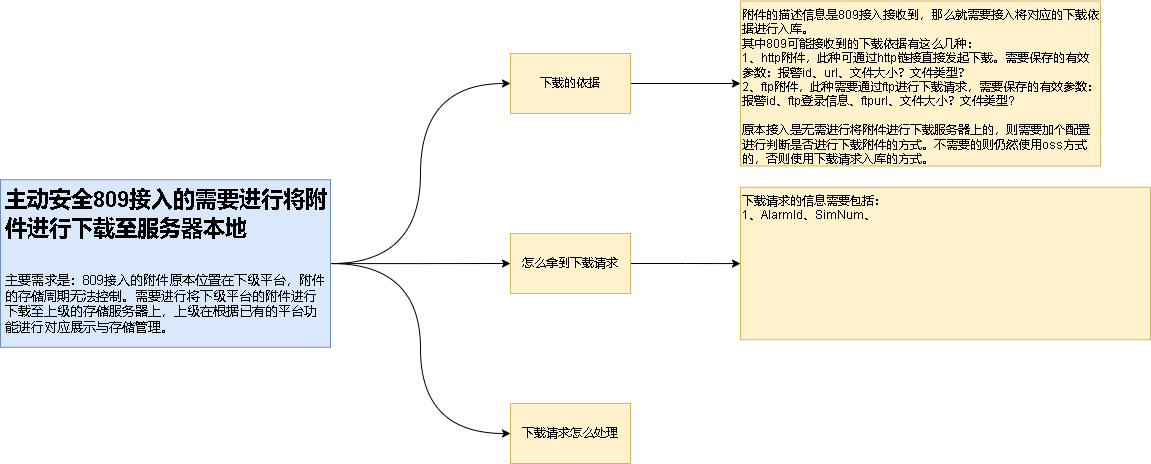
Above: 主动安全ftphttp下载.drawio.png in xktder/draw (draw.io), before the change. Source tidied: cells renumbered, new cells last; positions are measured from the earlier drawing's top-left corner, leaving out a move shared by most shapes.
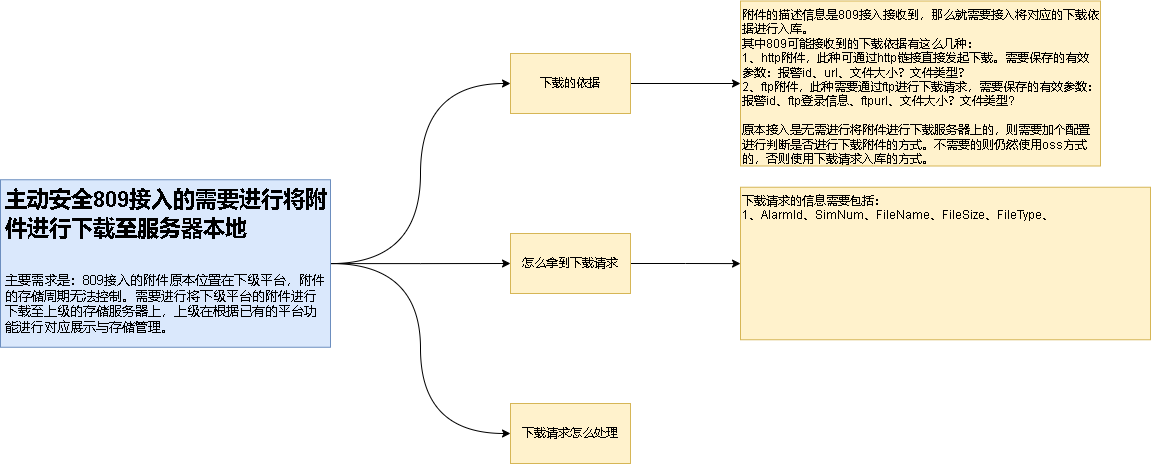
After the change.

Commit message:
更新主动安全ftphttp下载.drawio.png

Change to the diagram source:
```diff
@@ -32,7 +32,7 @@
     <mxCell id="11" value="附件的描述信息是809接入接收到，那么就需要接入将对应的下载依据进行入库。&lt;br&gt;其中809可能接收到的下载依据有这么几种：&lt;br&gt;1、http附件，此种可通过http链接直接发起下载。需要保存的有效参数：报警id、url、文件大小？文件类型？&lt;br&gt;2、ftp附件，此种需要通过ftp进行下载请求，需要保存的有效参数：报警id、ftp登录信息、ftpurl、文件大小？文件类型?&lt;br&gt;&lt;br&gt;原本接入是无需进行将附件进行下载服务器上的，则需要加个配置进行判断是否进行下载附件的方式。不需要的则仍然使用oss方式的，否则使用下载请求入库的方式。" style="rounded=0;whiteSpace=wrap;html=1;align=left;verticalAlign=top;fillColor=#fff2cc;strokeColor=#d6b656;" parent="1" vertex="1">
       <mxGeometry x="740" y="-0.5" width="360" height="165" as="geometry" />
     </mxCell>
-    <mxCell id="12" value="下载请求的信息需要包括：&lt;br&gt;1、AlarmId、SimNum、" style="whiteSpace=wrap;html=1;rounded=0;fillColor=#fff2cc;strokeColor=#d6b656;align=left;verticalAlign=top;" parent="1" vertex="1">
+    <mxCell id="12" value="下载请求的信息需要包括：&lt;br&gt;1、AlarmId、SimNum、FileName、FileSize、FileType、" style="whiteSpace=wrap;html=1;rounded=0;fillColor=#fff2cc;strokeColor=#d6b656;align=left;verticalAlign=top;" parent="1" vertex="1">
       <mxGeometry x="740" y="185.8" width="410" height="152.5" as="geometry" />
     </mxCell>
   </root>
```
